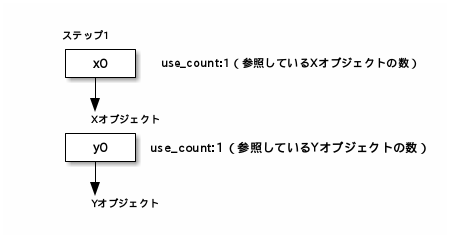
Before: plant_uml/shared_each_1.png, a diagram exported from PlantUML (ichiroprogrammer/deep_cpp). Its source is kept beside it as plant_uml/shared_each_1.pu.
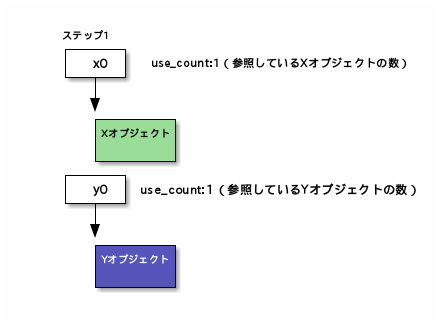
The same diagram one commit later.

Diff of the diagram source:
```diff
@@ -1,17 +1,23 @@
 @startditaa
     ステップ1
-    +------+
-    |  x0  | use_count꞉1（参照しているXオブジェクトの数）
-    +--+---+
+    +-----+
+    |  x0 | use_count꞉1（参照しているXオブジェクトの数）
+    +--+--+
        |
        V
-       Xオブジェクト
+       +-------+
+       |Xオブジェクト|
+       |cGRE   |
+       +-------+
 
-    +------+
-    |  y0  | use_count꞉1（参照しているYオブジェクトの数）
-    +--+---+
+    +-----+
+    |  y0 | use_count꞉1（参照しているYオブジェクトの数）
+    +--+--+
        |
        V
-       Yオブジェクト
+       +-------+
+       |Yオブジェクト|
+       |cBLU   |
+       +-------+
 
 @endditaa
```
